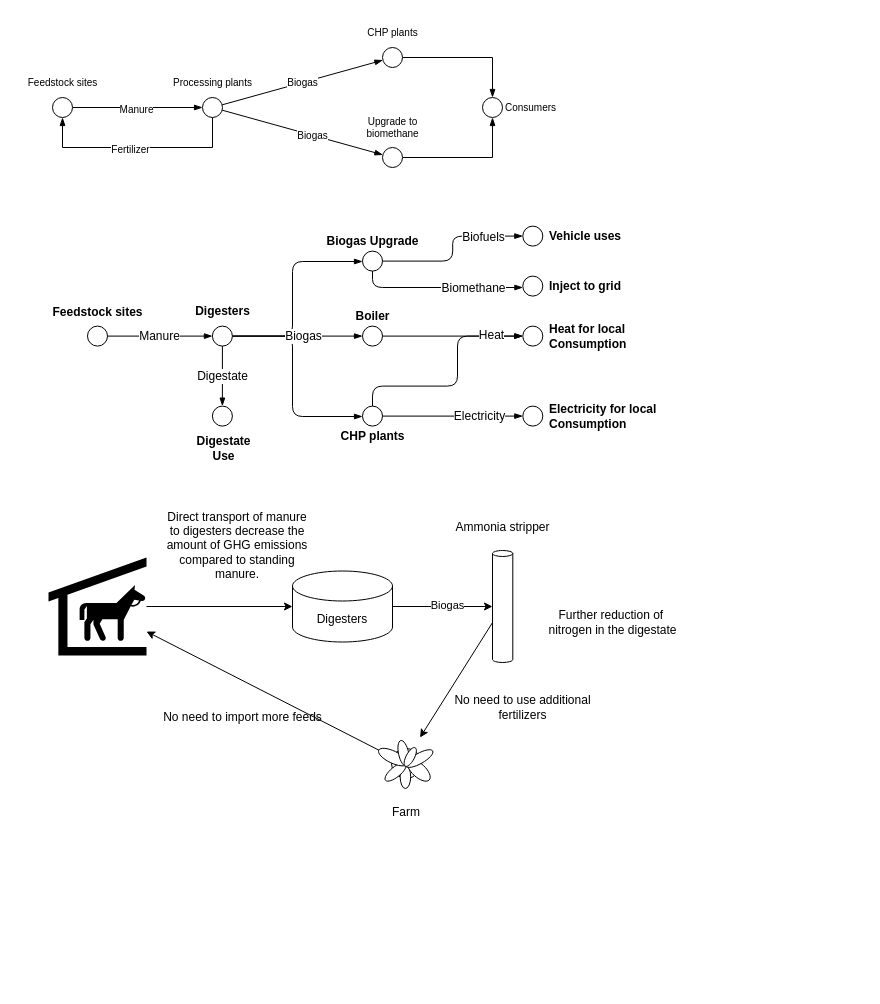
Before: diagrams/biogas_supply_chain.drawio in springonions-87/bioze_digital_mapping_tool, a draw.io diagram. Source tidied: cells renumbered, new cells numbered last; positions are measured from the earlier drawing's top-left corner, leaving out a move shared by most shapes. Both pictures are drawn from the tidied source at 100%, with x=0, y=0 at pixel (17, 17).
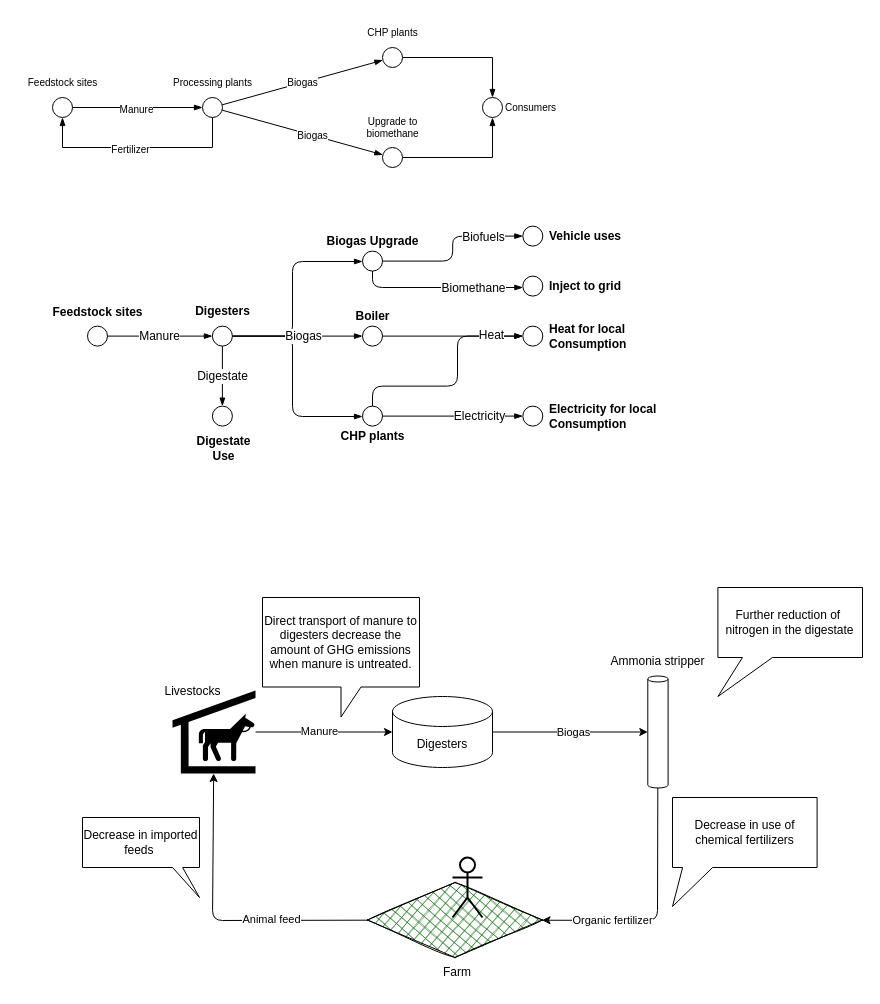
After the change.

Unchanged cells that the change refers to:
```xml
<mxCell id="58" style="edgeStyle=none;html=1;" parent="1" edge="1" source="59" target="62">
  <mxGeometry relative="1" as="geometry" />
</mxCell>
<mxCell id="60" style="edgeStyle=none;html=1;" parent="1" edge="1" source="62" target="64">
  <mxGeometry relative="1" as="geometry" />
</mxCell>
```

Change to the diagram source:
```diff
@@
+    <mxCell id="73" style="rhombus;whiteSpace=wrap;html=1;strokeWidth=1;fillWeight=-1;hachureGap=8;fillStyle=cross-hatch;fillColor=#006600;sketch=1;" parent="1" vertex="1">
+      <mxGeometry x="350" y="865" width="175" height="75" as="geometry" />
+    </mxCell>
@@
+    <mxCell id="74" value="Manure" style="edgeLabel;html=1;align=center;verticalAlign=middle;" parent="58" vertex="1">
+      <mxGeometry x="-0.08" y="2" relative="1" as="geometry">
+        <mxPoint y="1" as="offset" />
+      </mxGeometry>
+    </mxCell>
     <mxCell id="59" style="shape=mxgraph.signs.animals.stable;html=1;fillColor=#000000;strokeColor=none;verticalLabelPosition=bottom;verticalAlign=top;align=center;" parent="1" vertex="1">
-      <mxGeometry x="31" y="540" width="98" height="98" as="geometry" />
+      <mxGeometry x="155" y="673" width="83" height="83" as="geometry" />
     </mxCell>
@@
     <mxCell id="61" value="Biogas" style="edgeLabel;html=1;align=center;verticalAlign=middle;" parent="60" vertex="1">
       <mxGeometry x="0.08" y="3" relative="1" as="geometry">
-        <mxPoint y="1" as="offset" />
+        <mxPoint x="-4" y="3" as="offset" />
       </mxGeometry>
     </mxCell>
     <mxCell id="62" value="Digesters" style="shape=cylinder3;whiteSpace=wrap;html=1;boundedLbl=1;backgroundOutline=1;size=15;" parent="1" vertex="1">
-      <mxGeometry x="275" y="553.5" width="100" height="71" as="geometry" />
+      <mxGeometry x="375" y="679" width="100" height="71" as="geometry" />
     </mxCell>
-    <mxCell id="63" style="edgeStyle=none;html=1;" parent="1" edge="1" source="64" target="69">
-      <mxGeometry relative="1" as="geometry" />
+    <mxCell id="63" style="edgeStyle=none;html=1;" parent="1" edge="1" source="64" target="73">
+      <mxGeometry relative="1" as="geometry">
+        <Array as="points">
+          <mxPoint x="640" y="903" />
+        </Array>
+      </mxGeometry>
     </mxCell>
+    <mxCell id="75" value="Organic fertilizer" style="edgeLabel;html=1;align=center;verticalAlign=middle;" parent="63" vertex="1">
+      <mxGeometry x="0.28" y="3" relative="1" as="geometry">
+        <mxPoint x="-19" y="-3" as="offset" />
+      </mxGeometry>
+    </mxCell>
     <mxCell id="64" style="shape=cylinder3;whiteSpace=wrap;html=1;boundedLbl=1;backgroundOutline=1;size=3;" parent="1" vertex="1">
-      <mxGeometry x="475" y="533" width="20.3" height="112" as="geometry" />
+      <mxGeometry x="630.3" y="658.5" width="20.3" height="112" as="geometry" />
     </mxCell>
     <mxCell id="65" value="Ammonia stripper" style="text;html=1;align=center;verticalAlign=middle;strokeColor=none;fillColor=none;" parent="1" vertex="1">
-      <mxGeometry x="425" y="495" width="120" height="30" as="geometry" />
+      <mxGeometry x="580.4" y="628.5" width="120" height="30" as="geometry" />
     </mxCell>
-    <mxCell id="66" value="Direct transport of manure to digesters decrease the amount of GHG emissions compared to standing manure." style="text;html=1;strokeColor=none;fillColor=none;align=center;verticalAlign=middle;whiteSpace=wrap;rounded=0;" parent="1" vertex="1">
-      <mxGeometry x="145" y="470" width="150" height="116.5" as="geometry" />
-    </mxCell>
+    <mxCell id="68" style="edgeStyle=none;html=1;" parent="1" edge="1" source="73" target="59">
+      <mxGeometry relative="1" as="geometry">
+        <Array as="points">
+          <mxPoint x="195" y="903" />
+        </Array>
+      </mxGeometry>
+    </mxCell>
+    <mxCell id="76" value="Animal feed" style="edgeLabel;html=1;align=center;verticalAlign=middle;" parent="68" vertex="1">
+      <mxGeometry x="-0.36" y="-1" relative="1" as="geometry" />
+    </mxCell>
+    <mxCell id="70" value="Farm" style="text;html=1;strokeColor=none;fillColor=none;align=center;verticalAlign=middle;whiteSpace=wrap;rounded=0;" parent="1" vertex="1">
+      <mxGeometry x="410" y="940" width="60" height="30" as="geometry" />
+    </mxCell>
+    <mxCell id="77" style="shape=umlActor;verticalLabelPosition=bottom;verticalAlign=top;html=1;strokeWidth=2;" parent="1" vertex="1">
+      <mxGeometry x="435" y="840" width="30" height="60" as="geometry" />
+    </mxCell>
+    <mxCell id="78" value="Livestocks" style="text;html=1;align=center;verticalAlign=middle;strokeColor=none;fillColor=none;" parent="1" vertex="1">
+      <mxGeometry x="135" y="658.5" width="80" height="30" as="geometry" />
+    </mxCell>
+    <mxCell id="79" value="Direct transport of manure to digesters decrease the amount of GHG emissions when manure is untreated." style="shape=callout;whiteSpace=wrap;html=1;perimeter=calloutPerimeter;strokeWidth=1;" parent="1" vertex="1">
+      <mxGeometry x="245" y="580" width="157" height="119.5" as="geometry" />
+    </mxCell>
+    <mxCell id="80" value="Decrease in imported feeds&amp;nbsp;" style="shape=callout;whiteSpace=wrap;html=1;perimeter=calloutPerimeter;strokeWidth=1;position2=1;base=10;size=30;position=0.77;" parent="1" vertex="1">
+      <mxGeometry x="65" y="800" width="117" height="80" as="geometry" />
+    </mxCell>
-    <mxCell id="67" value="Further reduction of&amp;nbsp;&lt;br&gt;nitrogen in the digestate" style="text;html=1;align=center;verticalAlign=middle;strokeColor=none;fillColor=none;" parent="1" vertex="1">
-      <mxGeometry x="520.3" y="584.5" width="150" height="40" as="geometry" />
+    <mxCell id="67" value="&lt;span style=&quot;&quot;&gt;Further reduction of&amp;nbsp;&lt;/span&gt;&lt;br style=&quot;border-color: var(--border-color);&quot;&gt;&lt;span style=&quot;&quot;&gt;nitrogen in the digestate&lt;/span&gt;" style="shape=callout;whiteSpace=wrap;html=1;perimeter=calloutPerimeter;strokeWidth=1;position2=0;base=30;size=39;position=0.17;" parent="1" vertex="1">
+      <mxGeometry x="700.4" y="570" width="144.6" height="109" as="geometry" />
     </mxCell>
-    <mxCell id="68" style="edgeStyle=none;html=1;" parent="1" edge="1" source="69" target="59">
-      <mxGeometry relative="1" as="geometry" />
-    </mxCell>
-    <mxCell id="69" style="verticalLabelPosition=bottom;html=1;verticalAlign=top;align=center;shape=mxgraph.floorplan.plant;" parent="1" vertex="1">
-      <mxGeometry x="363" y="720" width="47" height="51" as="geometry" />
-    </mxCell>
-    <mxCell id="70" value="Farm" style="text;html=1;strokeColor=none;fillColor=none;align=center;verticalAlign=middle;whiteSpace=wrap;rounded=0;" parent="1" vertex="1">
-      <mxGeometry x="359" y="780" width="60" height="30" as="geometry" />
-    </mxCell>
-    <mxCell id="71" value="No need to use additional&lt;br&gt;fertilizers" style="text;html=1;align=center;verticalAlign=middle;strokeColor=none;fillColor=none;" parent="1" vertex="1">
-      <mxGeometry x="425" y="670" width="160" height="40" as="geometry" />
-    </mxCell>
-    <mxCell id="72" value="No need to import more feeds&lt;br&gt;" style="text;html=1;align=center;verticalAlign=middle;strokeColor=none;fillColor=none;" parent="1" vertex="1">
-      <mxGeometry x="135" y="685" width="180" height="30" as="geometry" />
-    </mxCell>
+    <mxCell id="81" value="Decrease in use of chemical fertilizers" style="shape=callout;whiteSpace=wrap;html=1;perimeter=calloutPerimeter;strokeWidth=1;position2=0;base=30;size=39;position=0.07;" parent="1" vertex="1">
+      <mxGeometry x="655" y="780" width="144.6" height="109" as="geometry" />
+    </mxCell>
```
